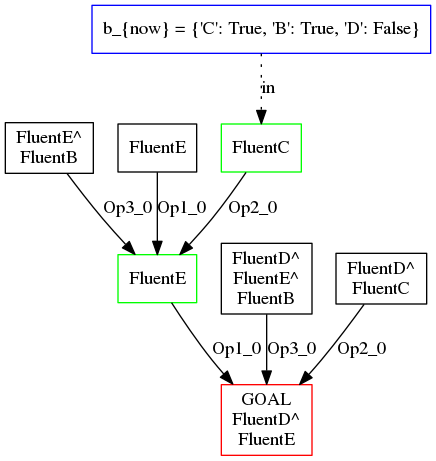
Above: mygraph0.png in mendes-jose/task-planning (Graphviz), before the change. Its source is kept beside it as mygraph0.dot.
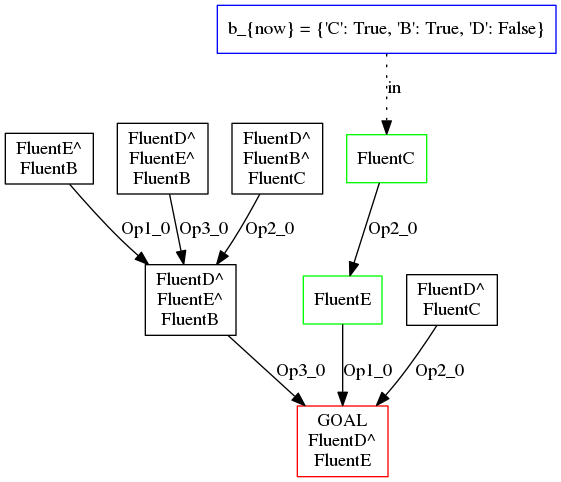
The same diagram one commit later.

What changed in the source:
```diff
@@ -1,20 +1,22 @@
 digraph planningTree {
 	r0 [label="GOAL
 FluentD^\nFluentE", shape=box, color=red];
-	r1 [label="FluentE", shape=box];
-	r1 -> r0 [label="Op1_0"];
-	r2 [label="FluentD^\nFluentE^\nFluentB", shape=box];
-	r2 -> r0 [label="Op3_0"];
+	r1 [label="FluentD^\nFluentE^\nFluentB", shape=box];
+	r1 -> r0 [label="Op3_0"];
+	r2 [label="FluentE", shape=box];
+	r2 -> r0 [label="Op1_0"];
 	r3 [label="FluentD^\nFluentC", shape=box];
 	r3 -> r0 [label="Op2_0"];
 	r4 [label="FluentE^\nFluentB", shape=box];
-	r4 -> r1 [label="Op3_0"];
-	r5 [label="FluentE", shape=box];
-	r5 -> r1 [label="Op1_0"];
-	r6 [label="FluentC", shape=box];
+	r4 -> r1 [label="Op1_0"];
+	r5 [label="FluentD^\nFluentE^\nFluentB", shape=box];
+	r5 -> r1 [label="Op3_0"];
+	r6 [label="FluentD^\nFluentB^\nFluentC", shape=box];
 	r6 -> r1 [label="Op2_0"];
-	r6[color = green];
-	r1[color = green];
+	r7 [label="FluentC", shape=box];
+	r7 -> r2 [label="Op2_0"];
+	r7[color = green];
+	r2[color = green];
 	bnow [shape=box, color=blue, label="b_{now} = {'C': True, 'B': True, 'D': False}"];
-	bnow -> r6 [label="in", style=dotted];
+	bnow -> r7 [label="in", style=dotted];
 }
```
